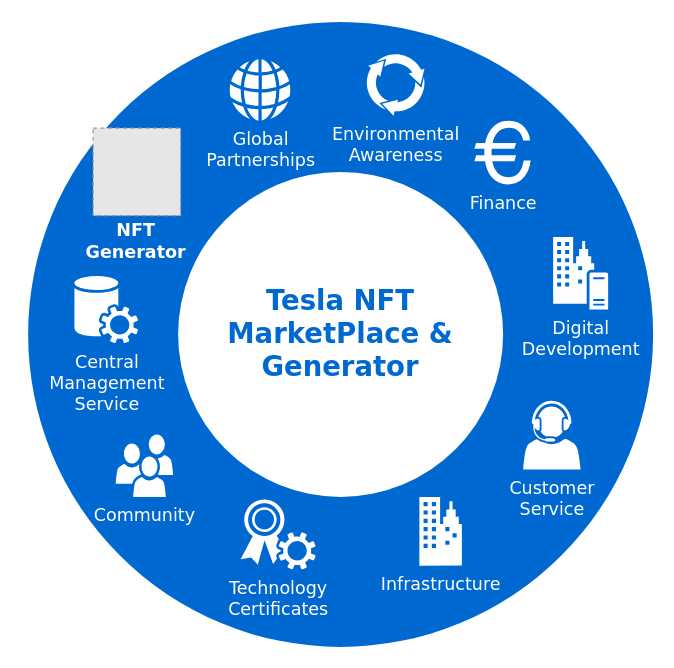
teslagateway/teslanft keeps this draw.io diagram as Untitled Diagram.drawio. Above is the earlier version. Source tidied: cells renumbered, new cells numbered last; positions are measured from the earlier drawing's top-left corner, leaving out a move shared by most shapes. Both pictures are drawn from the tidied source at 125%, with x=0, y=0 at pixel (28, 21). Pictures stored in the file or linked from it are replaced by grey dashed boxes.
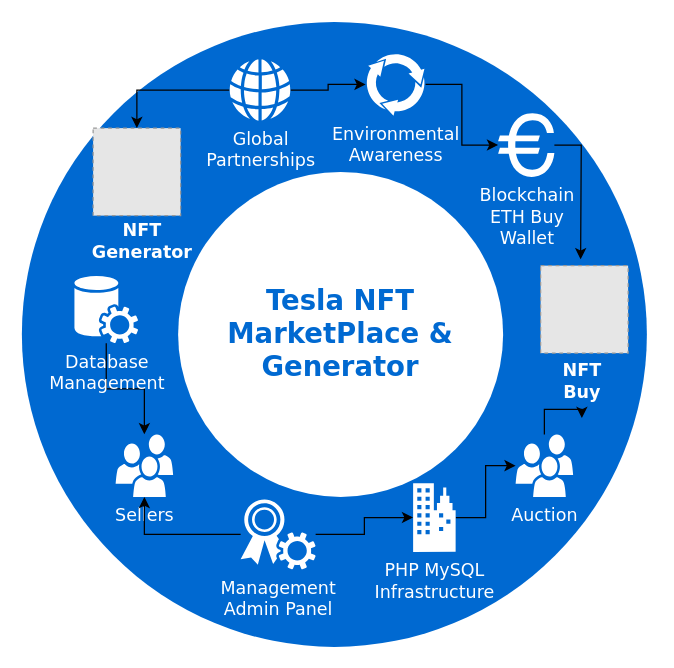
The same page after the edit.

The change refers to these unchanged cells:
```xml
<mxCell id="10" value="Global&lt;div&gt;Partnerships&lt;/div&gt;" style="shadow=0;dashed=0;html=1;strokeColor=none;fillColor=#ffffff;labelPosition=center;verticalLabelPosition=bottom;verticalAlign=top;shape=mxgraph.office.concepts.globe_internet;rounded=0;comic=0;fontFamily=Verdana;fontSize=14;fontColor=#FFFFFF;" parent="1" vertex="1">
  <mxGeometry x="161" y="30" width="49" height="49" as="geometry" />
</mxCell>
<mxCell id="11" value="Environmental&lt;div&gt;Awareness&lt;/div&gt;" style="shadow=0;dashed=0;html=1;strokeColor=none;shape=mxgraph.mscae.general.continuous_cycle;fillColor=#ffffff;rounded=0;comic=0;fontFamily=Verdana;fontSize=14;fontColor=#FFFFFF;verticalAlign=top;labelPosition=center;verticalLabelPosition=bottom;align=center;" parent="1" vertex="1">
  <mxGeometry x="270" y="25" width="48" height="50" as="geometry" />
</mxCell>
<mxCell id="13" style="fillColor=#E6E6E6;strokeColor=#999999;dashed=1;verticalLabelPosition=bottom;verticalAlign=top;" parent="1" vertex="1">
  <mxGeometry x="52" y="85" width="70" height="70" as="geometry" />
</mxCell>
```

The edit, as a diff of the source:
```diff
@@
     <mxCell id="2" style="ellipse;whiteSpace=wrap;html=1;rounded=0;shadow=0;comic=0;strokeWidth=1;fontFamily=Verdana;fontSize=14;strokeColor=none;fillColor=#0069D1;" parent="1" vertex="1">
-      <mxGeometry width="500" height="500" as="geometry" />
+      <mxGeometry x="-5" width="500" height="500" as="geometry" />
     </mxCell>
@@
-    <mxCell id="4" value="Community" style="shadow=0;dashed=0;html=1;strokeColor=none;fillColor=#ffffff;labelPosition=center;verticalLabelPosition=bottom;verticalAlign=top;shape=mxgraph.office.users.users;rounded=0;comic=0;fontFamily=Verdana;fontSize=14;fontColor=#FFFFFF;" parent="1" vertex="1">
+    <mxCell id="4" value="Sellers" style="shadow=0;dashed=0;html=1;strokeColor=none;fillColor=#ffffff;labelPosition=center;verticalLabelPosition=bottom;verticalAlign=top;shape=mxgraph.office.users.users;rounded=0;comic=0;fontFamily=Verdana;fontSize=14;fontColor=#FFFFFF;" parent="1" vertex="1">
       <mxGeometry x="70" y="330" width="46" height="50" as="geometry" />
     </mxCell>
-    <mxCell id="5" value="Customer&lt;div&gt;Service&lt;/div&gt;" style="shadow=0;dashed=0;html=1;strokeColor=none;fillColor=#ffffff;labelPosition=center;verticalLabelPosition=bottom;verticalAlign=top;shape=mxgraph.office.users.call_center_agent;rounded=0;comic=0;fontFamily=Verdana;fontSize=14;fontColor=#FFFFFF;" parent="1" vertex="1">
-      <mxGeometry x="396" y="303" width="46" height="55" as="geometry" />
-    </mxCell>
+    <mxCell id="15" style="edgeStyle=orthogonalEdgeStyle;rounded=0;jettySize=auto;html=1;" parent="1" edge="1" source="6" target="4">
+      <mxGeometry relative="1" as="geometry" />
+    </mxCell>
-    <mxCell id="6" value="Central&lt;div&gt;Management&lt;/div&gt;&lt;div&gt;Service&lt;/div&gt;" style="shadow=0;dashed=0;html=1;strokeColor=none;fillColor=#ffffff;labelPosition=center;verticalLabelPosition=bottom;verticalAlign=top;shape=mxgraph.office.services.central_management_service;rounded=0;comic=0;fontFamily=Verdana;fontSize=14;fontColor=#FFFFFF;" parent="1" vertex="1">
+    <mxCell id="6" value="Database &lt;br&gt;Management" style="shadow=0;dashed=0;html=1;strokeColor=none;fillColor=#ffffff;labelPosition=center;verticalLabelPosition=bottom;verticalAlign=top;shape=mxgraph.office.services.central_management_service;rounded=0;comic=0;fontFamily=Verdana;fontSize=14;fontColor=#FFFFFF;" parent="1" vertex="1">
       <mxGeometry x="37" y="203" width="51" height="54" as="geometry" />
     </mxCell>
-    <mxCell id="7" value="Digital&lt;div&gt;Development&lt;/div&gt;" style="shadow=0;dashed=0;html=1;strokeColor=none;fillColor=#ffffff;labelPosition=center;verticalLabelPosition=bottom;verticalAlign=top;shape=mxgraph.office.servers.on_premises_server;rounded=0;comic=0;fontFamily=Verdana;fontSize=14;fontColor=#FFFFFF;" parent="1" vertex="1">
-      <mxGeometry x="420" y="172" width="44" height="58" as="geometry" />
-    </mxCell>
+    <mxCell id="16" style="edgeStyle=orthogonalEdgeStyle;rounded=0;jettySize=auto;html=1;" parent="1" edge="1" source="8" target="9">
+      <mxGeometry relative="1" as="geometry" />
+    </mxCell>
+    <mxCell id="17" style="edgeStyle=orthogonalEdgeStyle;rounded=0;jettySize=auto;html=1;" parent="1" edge="1" source="8" target="4">
+      <mxGeometry relative="1" as="geometry" />
+    </mxCell>
-    <mxCell id="8" value="Technology&lt;div&gt;Certificates&lt;/div&gt;" style="shadow=0;dashed=0;html=1;strokeColor=none;fillColor=#ffffff;labelPosition=center;verticalLabelPosition=bottom;verticalAlign=top;shape=mxgraph.office.security.token_service;rounded=0;comic=0;fontFamily=Verdana;fontSize=14;fontColor=#FFFFFF;" parent="1" vertex="1">
+    <mxCell id="8" value="Management &lt;br&gt;Admin Panel" style="shadow=0;dashed=0;html=1;strokeColor=none;fillColor=#ffffff;labelPosition=center;verticalLabelPosition=bottom;verticalAlign=top;shape=mxgraph.office.security.token_service;rounded=0;comic=0;fontFamily=Verdana;fontSize=14;fontColor=#FFFFFF;" parent="1" vertex="1">
       <mxGeometry x="170" y="382" width="60" height="56" as="geometry" />
     </mxCell>
+    <mxCell id="18" style="edgeStyle=orthogonalEdgeStyle;rounded=0;jettySize=auto;html=1;" parent="1" edge="1" source="9" target="24">
+      <mxGeometry relative="1" as="geometry" />
+    </mxCell>
-    <mxCell id="9" value="Infrastructure" style="shadow=0;dashed=0;html=1;strokeColor=none;fillColor=#ffffff;labelPosition=center;verticalLabelPosition=bottom;verticalAlign=top;shape=mxgraph.office.concepts.on_premises;rounded=0;comic=0;fontFamily=Verdana;fontSize=14;fontColor=#FFFFFF;" parent="1" vertex="1">
-      <mxGeometry x="313" y="380" width="34" height="55" as="geometry" />
+    <mxCell id="9" value="PHP MySQL&lt;br&gt;Infrastructure" style="shadow=0;dashed=0;html=1;strokeColor=none;fillColor=#ffffff;labelPosition=center;verticalLabelPosition=bottom;verticalAlign=top;shape=mxgraph.office.concepts.on_premises;rounded=0;comic=0;fontFamily=Verdana;fontSize=14;fontColor=#FFFFFF;" parent="1" vertex="1">
+      <mxGeometry x="308" y="369" width="34" height="55" as="geometry" />
     </mxCell>
+    <mxCell id="19" style="edgeStyle=orthogonalEdgeStyle;rounded=0;jettySize=auto;html=1;" parent="1" edge="1" source="10" target="11">
+      <mxGeometry relative="1" as="geometry" />
+    </mxCell>
+    <mxCell id="20" style="edgeStyle=orthogonalEdgeStyle;rounded=0;jettySize=auto;html=1;" parent="1" edge="1" source="10" target="13">
+      <mxGeometry relative="1" as="geometry" />
+    </mxCell>
@@
+    <mxCell id="21" style="edgeStyle=orthogonalEdgeStyle;rounded=0;jettySize=auto;html=1;" parent="1" edge="1" source="11" target="12">
+      <mxGeometry relative="1" as="geometry" />
+    </mxCell>
@@
+    <mxCell id="22" style="edgeStyle=orthogonalEdgeStyle;rounded=0;jettySize=auto;html=1;" parent="1" edge="1" source="12">
+      <mxGeometry relative="1" as="geometry">
+        <mxPoint x="442" y="190" as="targetPoint" />
+      </mxGeometry>
+    </mxCell>
-    <mxCell id="12" value="Finance" style="shape=mxgraph.signs.travel.euro;html=1;fillColor=#ffffff;strokeColor=none;verticalLabelPosition=bottom;verticalAlign=top;align=center;rounded=0;shadow=0;dashed=0;comic=0;fontFamily=Verdana;fontSize=14;fontColor=#FFFFFF;" parent="1" vertex="1">
-      <mxGeometry x="357" y="79" width="45" height="51" as="geometry" />
+    <mxCell id="12" value="Blockchain &lt;br&gt;ETH Buy &lt;br&gt;Wallet" style="shape=mxgraph.signs.travel.euro;html=1;fillColor=#ffffff;strokeColor=none;verticalLabelPosition=bottom;verticalAlign=top;align=center;rounded=0;shadow=0;dashed=0;comic=0;fontFamily=Verdana;fontSize=14;fontColor=#FFFFFF;" parent="1" vertex="1">
+      <mxGeometry x="376" y="73" width="45" height="51" as="geometry" />
     </mxCell>
@@
     <mxCell id="14" value="&lt;h3&gt;&lt;font color=&quot;#ffffff&quot; face=&quot;Verdana&quot;&gt;NFT &lt;br&gt;Generator&lt;/font&gt;&lt;/h3&gt;" style="text;html=1;align=center;verticalAlign=middle;fillColor=none;strokeColor=none;rounded=0;" parent="1" vertex="1">
-      <mxGeometry x="41" y="145" width="90" height="60" as="geometry" />
+      <mxGeometry x="46" y="145" width="90" height="60" as="geometry" />
     </mxCell>
+    <mxCell id="23" style="edgeStyle=orthogonalEdgeStyle;rounded=0;jettySize=auto;html=1;" parent="1" edge="1" source="24" target="26">
+      <mxGeometry relative="1" as="geometry" />
+    </mxCell>
+    <mxCell id="24" value="Auction" style="shadow=0;dashed=0;html=1;strokeColor=none;fillColor=#ffffff;labelPosition=center;verticalLabelPosition=bottom;verticalAlign=top;shape=mxgraph.office.users.users;rounded=0;comic=0;fontFamily=Verdana;fontSize=14;fontColor=#FFFFFF;" parent="1" vertex="1">
+      <mxGeometry x="390" y="330" width="46" height="50" as="geometry" />
+    </mxCell>
+    <mxCell id="25" style="fillColor=#E6E6E6;strokeColor=#999999;dashed=1;verticalLabelPosition=bottom;verticalAlign=top;" parent="1" vertex="1">
+      <mxGeometry x="410" y="195" width="70" height="70" as="geometry" />
+    </mxCell>
+    <mxCell id="26" value="&lt;h3&gt;&lt;font color=&quot;#ffffff&quot; face=&quot;Verdana&quot;&gt;NFT &lt;br&gt;Buy&lt;/font&gt;&lt;/h3&gt;" style="text;html=1;align=center;verticalAlign=middle;points=[];fillColor=none;strokeColor=none;rounded=0;" parent="1" vertex="1">
+      <mxGeometry x="418" y="257" width="50" height="60" as="geometry" />
+    </mxCell>
```
